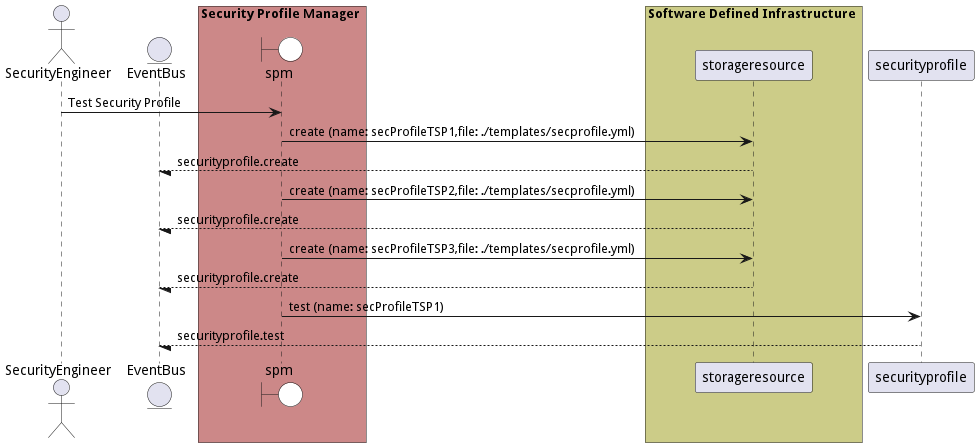
The PlantUML diagram docs/edgemere/sa/spm/usecases/managesecurityprofiles/TestSecurityProfile.png in madajaju/edgemere, before a commit.
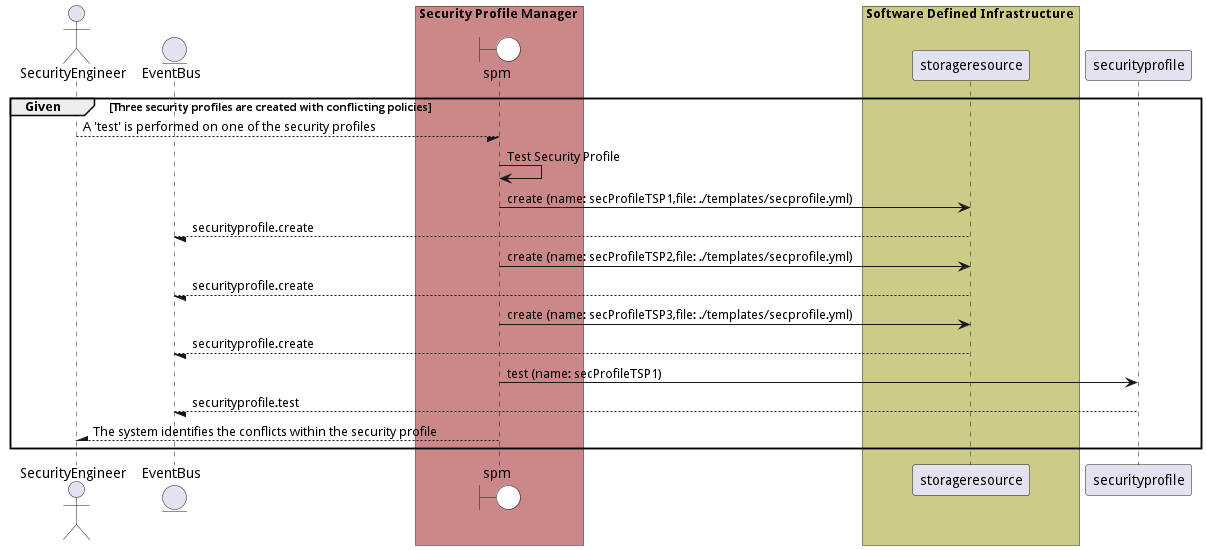
Later version of the same file.

What changed in the source:
```diff
@@ -1,4 +1,5 @@
 @startuml
+
 
 actor "SecurityEngineer"
 
@@ -17,8 +18,10 @@
 box Security Profile Manager #cc8888
     end box
 
+group Given [Three security profiles are created with conflicting policies]
 
-"SecurityEngineer" -> spm: Test Security Profile
+"SecurityEngineer" --/ spm: A &#39;test&#39; is performed on one of the security profiles
+"spm" -> spm: Test Security Profile
 
     spm -> "storageresource": create (name: secProfileTSP1,file: ./templates/secprofile.yml)
 
@@ -38,4 +41,9 @@
 
 
 
+"SecurityEngineer" /-- spm: The system identifies the conflicts within the security profile
+
+
+end
+
 @enduml
```
